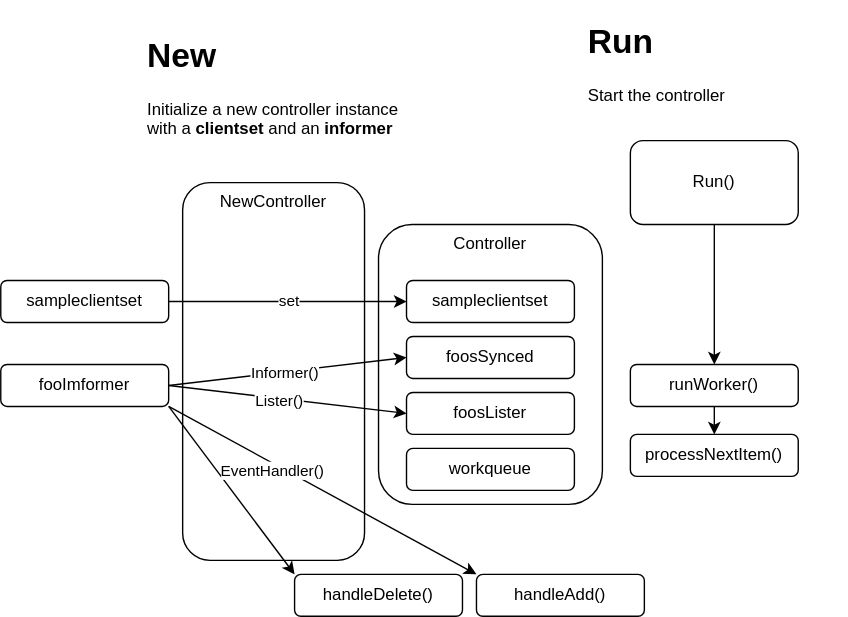
The draw.io diagram docs/content/docs/05-implement-reconciliation-loop/controller.drawio.svg in nakamasato/sample-controller, before a commit. Source tidied: cells renumbered, new cells last; positions are measured from the earlier drawing's top-left corner, leaving out a move shared by most shapes.
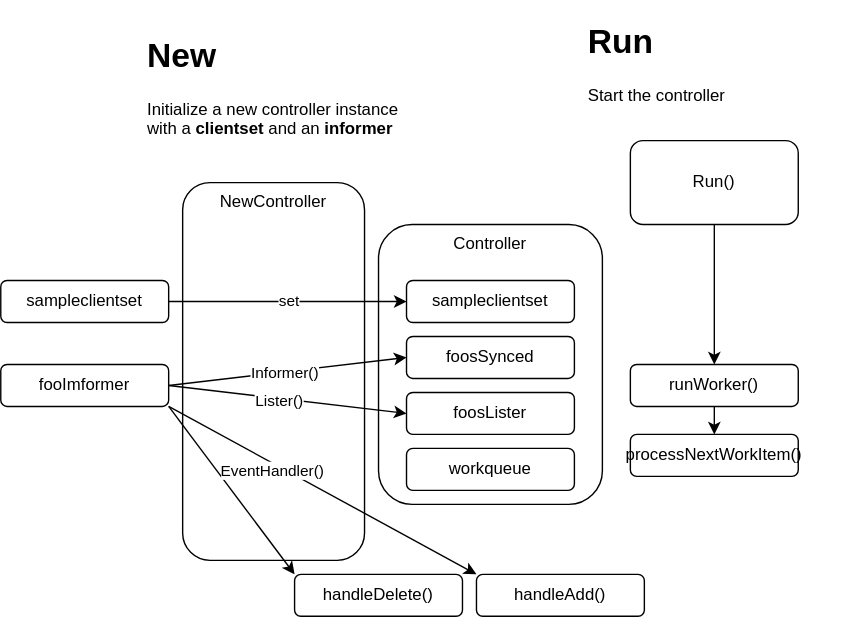
After the commit.

Commit message:
Rename processNextItem -> processNextWorkItem

Diff of the diagram source:
```diff
@@ -17,7 +17,7 @@
     <mxCell id="6" value="runWorker()" style="rounded=1;whiteSpace=wrap;html=1;" parent="1" vertex="1">
       <mxGeometry x="450" y="250" width="120" height="30" as="geometry" />
     </mxCell>
-    <mxCell id="7" value="processNextItem()" style="rounded=1;whiteSpace=wrap;html=1;" parent="1" vertex="1">
+    <mxCell id="7" value="processNextWorkItem()" style="rounded=1;whiteSpace=wrap;html=1;" parent="1" vertex="1">
       <mxGeometry x="450" y="300" width="120" height="30" as="geometry" />
     </mxCell>
     <mxCell id="8" value="Controller" style="rounded=1;whiteSpace=wrap;html=1;verticalAlign=top;" parent="1" vertex="1">
```
